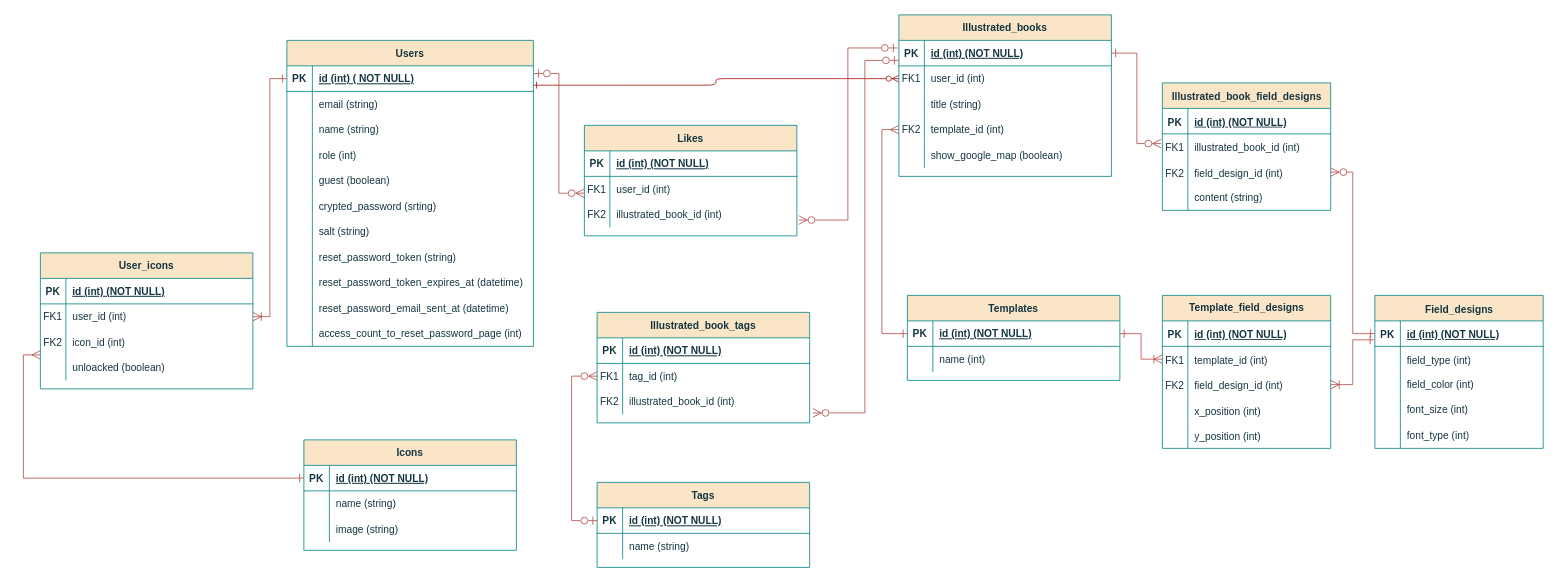
This is ER図.drawio from furukoshi12/zukan-create, a draw.io file, before an edit. Source tidied: cells renumbered, new cells numbered last; positions are measured from the earlier drawing's top-left corner, leaving out a move shared by most shapes. Both pictures are drawn from the tidied source at 85%, with x=0, y=0 at pixel (23, 14).
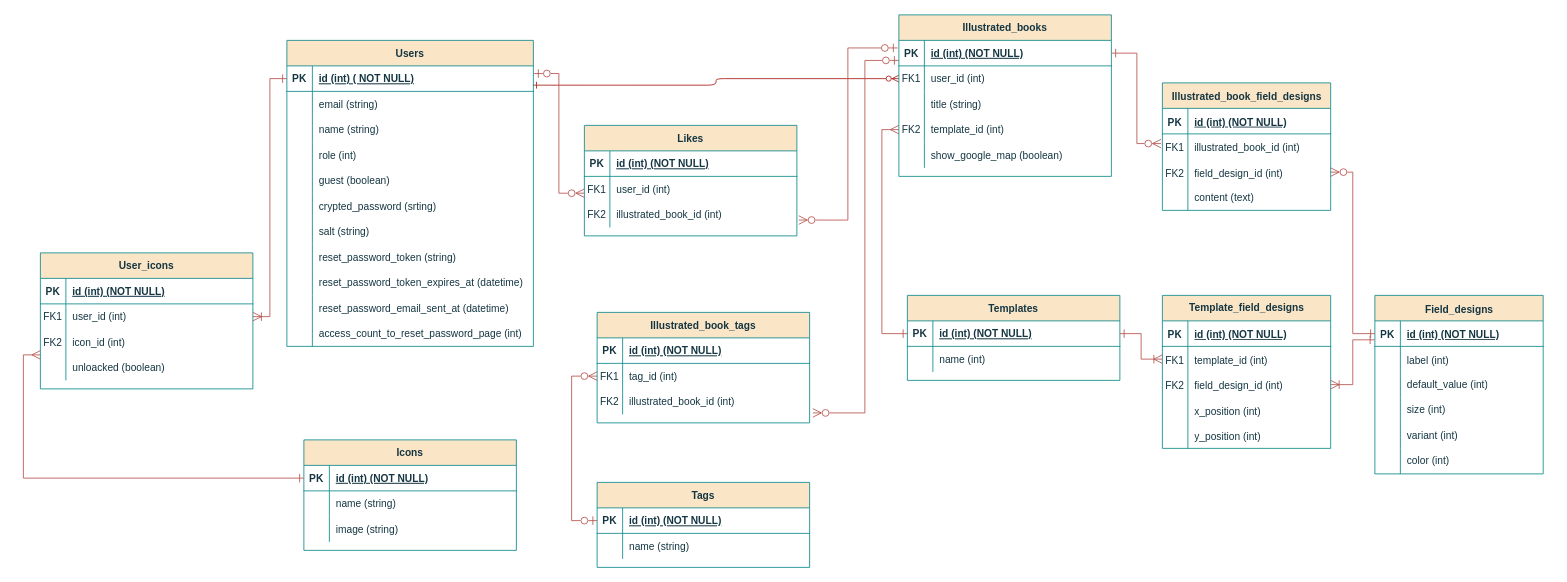
After the change.

Commit message:
ER図.drawio を更新します

The change refers to these unchanged cells:
```xml
<mxCell id="91" style="shape=tableRow;horizontal=0;startSize=0;swimlaneHead=0;swimlaneBody=0;fillColor=none;top=0;left=0;right=0;bottom=0;strokeColor=#0F8B8D;fontSize=16;fontColor=#143642;" parent="87" vertex="1">
  <mxGeometry y="60" width="198" height="30" as="geometry" />
</mxCell>
<mxCell id="94" style="shape=tableRow;horizontal=0;startSize=0;swimlaneHead=0;swimlaneBody=0;fillColor=none;top=0;left=0;right=0;bottom=0;strokeColor=#0F8B8D;fontSize=16;fontColor=#143642;" parent="87" vertex="1">
  <mxGeometry y="90" width="198" height="30" as="geometry" />
</mxCell>
<mxCell id="97" style="shape=tableRow;horizontal=0;startSize=0;swimlaneHead=0;swimlaneBody=0;fillColor=none;top=0;left=0;right=0;bottom=0;strokeColor=#0F8B8D;fontSize=16;fontColor=#143642;" parent="87" vertex="1">
  <mxGeometry y="120" width="198" height="30" as="geometry" />
</mxCell>
<mxCell id="100" style="shape=tableRow;horizontal=0;startSize=0;swimlaneHead=0;swimlaneBody=0;fillColor=none;top=0;left=0;right=0;bottom=0;strokeColor=#0F8B8D;fontSize=16;fontColor=#143642;" parent="87" vertex="1">
  <mxGeometry y="150" width="198" height="30" as="geometry" />
</mxCell>
<mxCell id="147" style="shape=tableRow;horizontal=0;startSize=0;swimlaneHead=0;swimlaneBody=0;fillColor=none;top=0;left=0;right=0;bottom=0;strokeColor=#0F8B8D;fontSize=16;fontColor=#143642;" parent="137" vertex="1">
  <mxGeometry y="120" width="198" height="30" as="geometry" />
</mxCell>
```

Change to the diagram source:
```diff
@@
     <mxCell id="87" value="&lt;span style=&quot;font-size: 12px;&quot;&gt;Field_designs&lt;/span&gt;" style="shape=table;startSize=30;childLayout=tableLayout;rowLines=0;fontStyle=1;align=center;html=1;strokeColor=#0F8B8D;fontSize=16;fontColor=#143642;fillColor=#FAE5C7;" parent="1" vertex="1">
-      <mxGeometry x="1590" y="330" width="198" height="180" as="geometry" />
+      <mxGeometry x="1590" y="330" width="198" height="210" as="geometry" />
     </mxCell>
@@
-    <mxCell id="93" value="&lt;font style=&quot;font-size: 12px;&quot;&gt;field_type (int)&lt;/font&gt;" style="shape=partialRectangle;fillColor=none;top=0;left=0;bottom=0;right=0;align=left;spacingLeft=6;overflow=hidden;whiteSpace=wrap;html=1;strokeColor=#0F8B8D;fontSize=16;fontColor=#143642;" parent="91" vertex="1">
+    <mxCell id="93" value="&lt;font style=&quot;font-size: 12px;&quot;&gt;label (int)&lt;/font&gt;" style="shape=partialRectangle;fillColor=none;top=0;left=0;bottom=0;right=0;align=left;spacingLeft=6;overflow=hidden;whiteSpace=wrap;html=1;strokeColor=#0F8B8D;fontSize=16;fontColor=#143642;" parent="91" vertex="1">
       <mxGeometry x="30" width="168" height="30" as="geometry" />
     </mxCell>
@@
-    <mxCell id="96" value="field_color (int)" style="shape=partialRectangle;fillColor=none;top=0;left=0;bottom=0;right=0;align=left;spacingLeft=6;overflow=hidden;whiteSpace=wrap;html=1;strokeColor=#0F8B8D;fontSize=12;fontColor=#143642;" parent="94" vertex="1">
+    <mxCell id="96" value="default_value (int)" style="shape=partialRectangle;fillColor=none;top=0;left=0;bottom=0;right=0;align=left;spacingLeft=6;overflow=hidden;whiteSpace=wrap;html=1;strokeColor=#0F8B8D;fontSize=12;fontColor=#143642;" parent="94" vertex="1">
       <mxGeometry x="30" width="168" height="30" as="geometry" />
     </mxCell>
@@
-    <mxCell id="99" value="font_size (int)" style="shape=partialRectangle;fillColor=none;top=0;left=0;bottom=0;right=0;align=left;spacingLeft=6;overflow=hidden;whiteSpace=wrap;html=1;strokeColor=#0F8B8D;fontSize=12;fontColor=#143642;" parent="97" vertex="1">
+    <mxCell id="99" value="size (int)" style="shape=partialRectangle;fillColor=none;top=0;left=0;bottom=0;right=0;align=left;spacingLeft=6;overflow=hidden;whiteSpace=wrap;html=1;strokeColor=#0F8B8D;fontSize=12;fontColor=#143642;" parent="97" vertex="1">
       <mxGeometry x="30" width="168" height="30" as="geometry" />
     </mxCell>
@@
-    <mxCell id="102" value="font_type (int)" style="shape=partialRectangle;fillColor=none;top=0;left=0;bottom=0;right=0;align=left;spacingLeft=6;overflow=hidden;whiteSpace=wrap;html=1;strokeColor=#0F8B8D;fontSize=12;fontColor=#143642;" parent="100" vertex="1">
+    <mxCell id="102" value="variant (int)" style="shape=partialRectangle;fillColor=none;top=0;left=0;bottom=0;right=0;align=left;spacingLeft=6;overflow=hidden;whiteSpace=wrap;html=1;strokeColor=#0F8B8D;fontSize=12;fontColor=#143642;" parent="100" vertex="1">
       <mxGeometry x="30" width="168" height="30" as="geometry" />
     </mxCell>
+    <mxCell id="168" style="shape=tableRow;horizontal=0;startSize=0;swimlaneHead=0;swimlaneBody=0;fillColor=none;top=0;left=0;right=0;bottom=0;strokeColor=#0F8B8D;fontSize=16;fontColor=#143642;" parent="87" vertex="1">
+      <mxGeometry y="180" width="198" height="30" as="geometry" />
+    </mxCell>
+    <mxCell id="169" style="shape=partialRectangle;fillColor=none;top=0;left=0;bottom=0;right=0;overflow=hidden;whiteSpace=wrap;html=1;strokeColor=#0F8B8D;fontSize=16;fontColor=#143642;" parent="168" vertex="1">
+      <mxGeometry width="30" height="30" as="geometry" />
+    </mxCell>
+    <mxCell id="170" value="color (int)" style="shape=partialRectangle;fillColor=none;top=0;left=0;bottom=0;right=0;align=left;spacingLeft=6;overflow=hidden;whiteSpace=wrap;html=1;strokeColor=#0F8B8D;fontSize=12;fontColor=#143642;" parent="168" vertex="1">
+      <mxGeometry x="30" width="168" height="30" as="geometry" />
+    </mxCell>
@@
-    <mxCell id="149" value="content (string)" style="shape=partialRectangle;fillColor=none;top=0;left=0;bottom=0;right=0;align=left;spacingLeft=6;overflow=hidden;whiteSpace=wrap;html=1;strokeColor=#0F8B8D;fontSize=12;fontColor=#143642;" parent="147" vertex="1">
+    <mxCell id="149" value="content (text)" style="shape=partialRectangle;fillColor=none;top=0;left=0;bottom=0;right=0;align=left;spacingLeft=6;overflow=hidden;whiteSpace=wrap;html=1;strokeColor=#0F8B8D;fontSize=12;fontColor=#143642;" parent="147" vertex="1">
       <mxGeometry x="30" width="168" height="30" as="geometry" />
     </mxCell>
```
